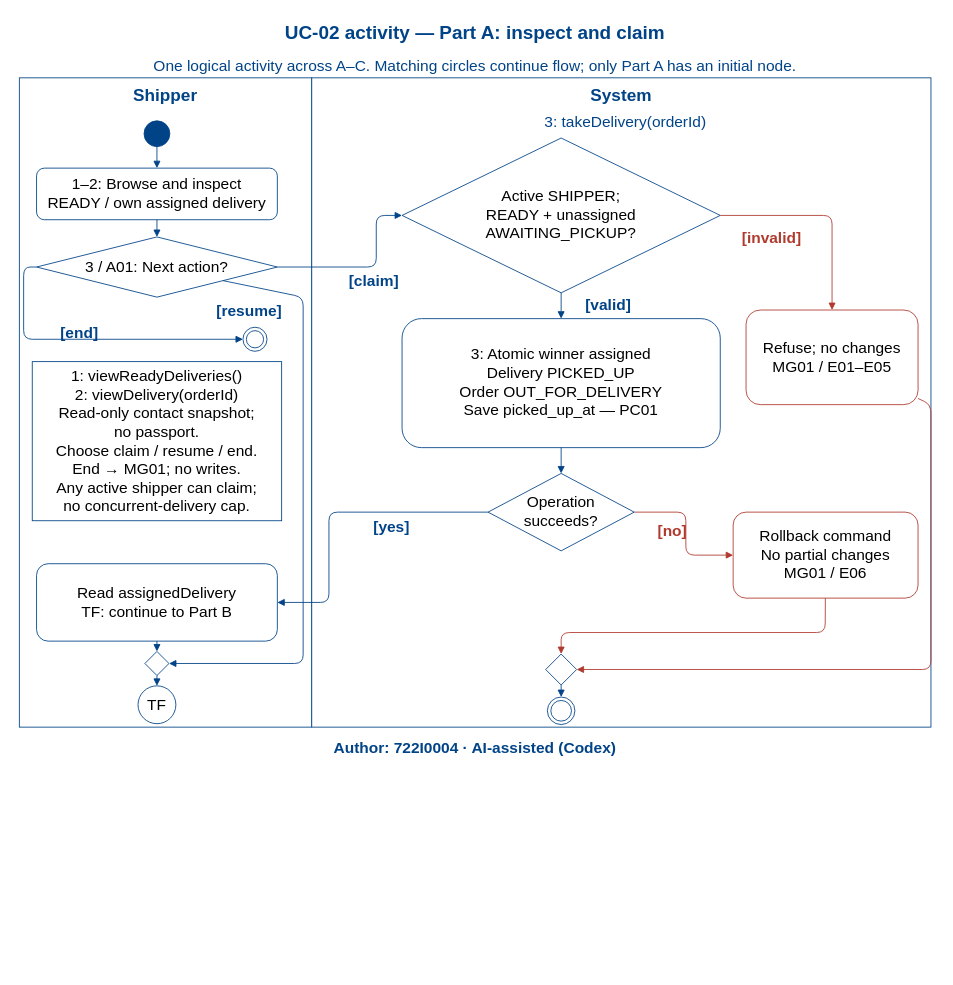
Dat071104/SaigonBite keeps this draw.io diagram as models/UC-02/activity_uc02_PartA.drawio. Above is the earlier version. Source tidied: cells renumbered, new cells numbered last; positions are measured from the earlier drawing's top-left corner, leaving out a move shared by most shapes. Both pictures are drawn from the tidied source at 86%, with x=0, y=0 at pixel (15, 15).
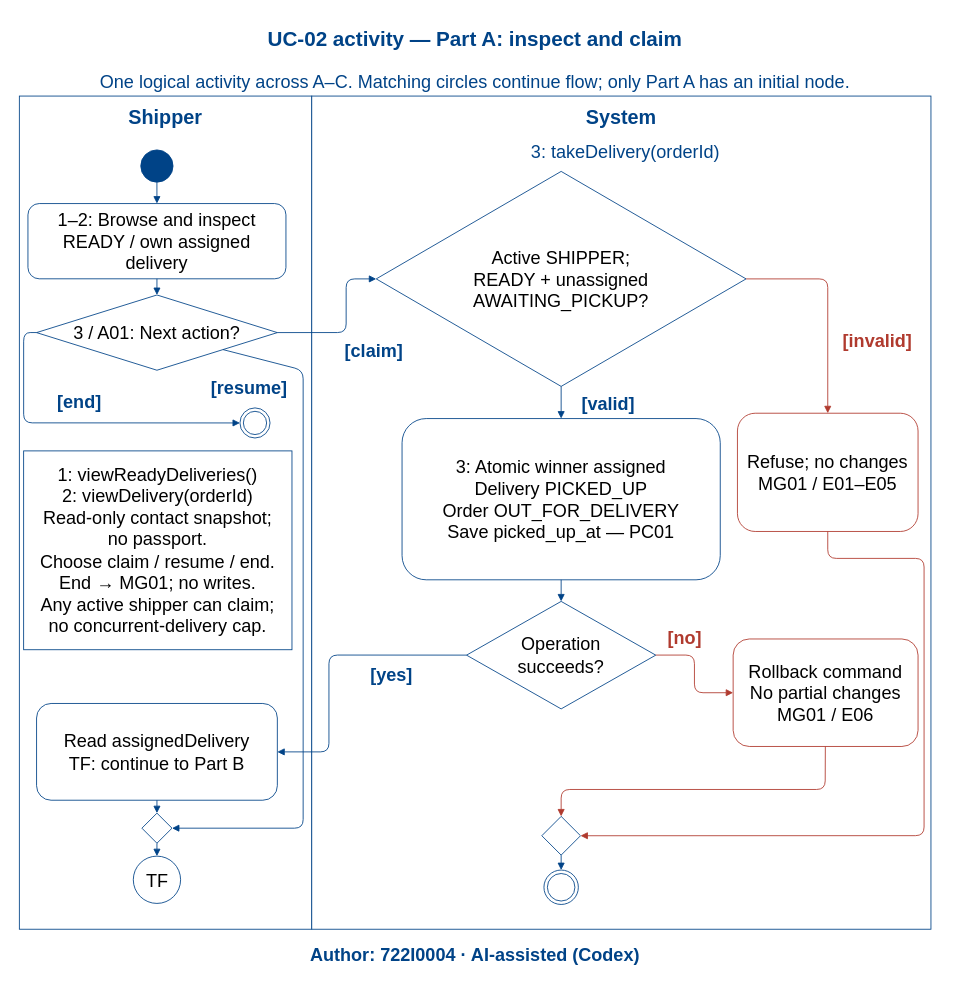
The same page after the edit.

Diff of the diagram source:
```diff
@@
-    <mxCell id="2" value="UC-02 activity — Part A: inspect and claim" style="text;html=0;whiteSpace=wrap;fontSize=22;fontColor=#004387;fontStyle=1;align=center;verticalAlign=middle;strokeColor=none;fillColor=none;" parent="1" vertex="1">
-      <mxGeometry x="5" width="1060" height="42" as="geometry" />
+    <mxCell id="2" value="UC-02 activity — Part A: inspect and claim" style="text;html=0;whiteSpace=wrap;fontSize=24;fontColor=#004387;fontStyle=1;align=center;verticalAlign=middle;strokeColor=none;fillColor=none;" parent="1" vertex="1">
+      <mxGeometry x="5" y="3" width="1060" height="52.5" as="geometry" />
     </mxCell>
-    <mxCell id="3" value="Author: 722I0004 · AI-assisted (Codex)" style="text;html=0;whiteSpace=wrap;fontSize=18;fontColor=#004387;fontStyle=1;align=center;verticalAlign=middle;strokeColor=none;fillColor=none;" parent="1" vertex="1">
-      <mxGeometry x="5" y="838" width="1060" height="28" as="geometry" />
+    <mxCell id="3" value="Author: 722I0004 · AI-assisted (Codex)" style="text;html=0;whiteSpace=wrap;fontSize=21;fontColor=#004387;fontStyle=1;align=center;verticalAlign=middle;strokeColor=none;fillColor=none;" parent="1" vertex="1">
+      <mxGeometry x="5" y="1075.5" width="1060" height="35" as="geometry" />
     </mxCell>
-    <mxCell id="4" style="rounded=0;html=0;whiteSpace=wrap;strokeColor=#004387;fillColor=white;fontSize=18;align=center;verticalAlign=middle;" parent="1" vertex="1">
-      <mxGeometry x="5" y="73" width="340" height="755" as="geometry" />
+    <mxCell id="4" style="rounded=0;html=0;whiteSpace=wrap;strokeColor=#004387;fillColor=white;fontSize=21;align=center;verticalAlign=middle;" parent="1" vertex="1">
+      <mxGeometry x="5" y="94.2" width="340" height="968.8" as="geometry" />
     </mxCell>
-    <mxCell id="5" style="rounded=0;html=0;whiteSpace=wrap;strokeColor=#004387;fillColor=white;fontSize=18;align=center;verticalAlign=middle;" parent="1" vertex="1">
-      <mxGeometry x="345" y="73" width="720" height="755" as="geometry" />
+    <mxCell id="5" style="rounded=0;html=0;whiteSpace=wrap;strokeColor=#004387;fillColor=white;fontSize=21;align=center;verticalAlign=middle;" parent="1" vertex="1">
+      <mxGeometry x="345" y="94.2" width="720" height="968.8" as="geometry" />
     </mxCell>
-    <mxCell id="6" value="Shipper" style="text;html=0;whiteSpace=wrap;fontSize=20;fontColor=#004387;fontStyle=1;align=center;verticalAlign=middle;strokeColor=none;fillColor=none;" parent="1" vertex="1">
-      <mxGeometry x="10" y="78" width="330" height="30" as="geometry" />
+    <mxCell id="6" value="Shipper" style="text;html=0;whiteSpace=wrap;fontSize=23;fontColor=#004387;fontStyle=1;align=center;verticalAlign=middle;strokeColor=none;fillColor=none;" parent="1" vertex="1">
+      <mxGeometry x="10" y="100.5" width="330" height="37.5" as="geometry" />
     </mxCell>
-    <mxCell id="7" value="System" style="text;html=0;whiteSpace=wrap;fontSize=20;fontColor=#004387;fontStyle=1;align=center;verticalAlign=middle;strokeColor=none;fillColor=none;" parent="1" vertex="1">
-      <mxGeometry x="350" y="78" width="710" height="30" as="geometry" />
+    <mxCell id="7" value="System" style="text;html=0;whiteSpace=wrap;fontSize=23;fontColor=#004387;fontStyle=1;align=center;verticalAlign=middle;strokeColor=none;fillColor=none;" parent="1" vertex="1">
+      <mxGeometry x="350" y="100.5" width="710" height="37.5" as="geometry" />
     </mxCell>
-    <mxCell id="8" style="ellipse;html=0;whiteSpace=wrap;strokeColor=#004387;fillColor=#004387;fontSize=18;align=center;verticalAlign=middle;" parent="1" vertex="1">
-      <mxGeometry x="150" y="123" width="30" height="30" as="geometry" />
+    <mxCell id="8" style="ellipse;html=0;whiteSpace=wrap;strokeColor=#004387;fillColor=#004387;fontSize=21;align=center;verticalAlign=middle;" parent="1" vertex="1">
+      <mxGeometry x="146.2" y="156.8" width="37.5" height="37.5" as="geometry" />
     </mxCell>
-    <mxCell id="9" value="1–2: Browse and inspect&#10;READY / own assigned delivery" style="rounded=1;html=0;whiteSpace=wrap;strokeColor=#004387;fillColor=white;fontSize=18;align=center;verticalAlign=middle;" parent="1" vertex="1">
-      <mxGeometry x="25" y="178" width="280" height="60" as="geometry" />
+    <mxCell id="9" value="1–2: Browse and inspect&#10;READY / own assigned&#10;delivery" style="rounded=1;html=0;whiteSpace=wrap;strokeColor=#004387;fillColor=white;fontSize=21;align=center;verticalAlign=middle;" parent="1" vertex="1">
+      <mxGeometry x="15" y="219.2" width="300" height="87.5" as="geometry" />
     </mxCell>
-    <mxCell id="10" value="3 / A01: Next action?" style="rhombus;html=0;whiteSpace=wrap;strokeColor=#004387;fillColor=white;fontSize=18;align=center;verticalAlign=middle;" parent="1" vertex="1">
-      <mxGeometry x="25" y="258" width="280" height="70" as="geometry" />
+    <mxCell id="10" value="3 / A01: Next action?" style="rhombus;html=0;whiteSpace=wrap;strokeColor=#004387;fillColor=white;fontSize=21;align=center;verticalAlign=middle;" parent="1" vertex="1">
+      <mxGeometry x="25" y="325.5" width="280" height="87.5" as="geometry" />
     </mxCell>
-    <mxCell id="11" value="Active SHIPPER;&#10;READY + unassigned&#10;AWAITING_PICKUP?" style="rhombus;html=0;whiteSpace=wrap;strokeColor=#004387;fillColor=white;fontSize=18;align=center;verticalAlign=middle;" parent="1" vertex="1">
-      <mxGeometry x="450" y="143" width="370" height="180" as="geometry" />
+    <mxCell id="11" value="Active SHIPPER;&#10;READY + unassigned&#10;AWAITING_PICKUP?" style="rhombus;html=0;whiteSpace=wrap;strokeColor=#004387;fillColor=white;fontSize=21;align=center;verticalAlign=middle;" parent="1" vertex="1">
+      <mxGeometry x="420" y="181.8" width="430" height="250" as="geometry" />
     </mxCell>
-    <mxCell id="12" value="3: Atomic winner assigned&#10;Delivery PICKED_UP&#10;Order OUT_FOR_DELIVERY&#10;Save picked_up_at — PC01" style="rounded=1;html=0;whiteSpace=wrap;strokeColor=#004387;fillColor=white;fontSize=18;align=center;verticalAlign=middle;" parent="1" vertex="1">
-      <mxGeometry x="450" y="353" width="370" height="150" as="geometry" />
+    <mxCell id="12" value="3: Atomic winner assigned&#10;Delivery PICKED_UP&#10;Order OUT_FOR_DELIVERY&#10;Save picked_up_at — PC01" style="rounded=1;html=0;whiteSpace=wrap;strokeColor=#004387;fillColor=white;fontSize=21;align=center;verticalAlign=middle;" parent="1" vertex="1">
+      <mxGeometry x="450" y="469.2" width="370" height="187.5" as="geometry" />
     </mxCell>
-    <mxCell id="13" value="3: takeDelivery(orderId)" style="text;html=0;whiteSpace=wrap;fontSize=18;fontColor=#004387;fontStyle=0;align=center;verticalAlign=middle;strokeColor=none;fillColor=none;" parent="1" vertex="1">
-      <mxGeometry x="385" y="112" width="650" height="26" as="geometry" />
+    <mxCell id="13" value="3: takeDelivery(orderId)" style="text;html=0;whiteSpace=wrap;fontSize=21;fontColor=#004387;fontStyle=0;align=center;verticalAlign=middle;strokeColor=none;fillColor=none;" parent="1" vertex="1">
+      <mxGeometry x="385" y="143" width="650" height="32.5" as="geometry" />
     </mxCell>
-    <mxCell id="14" value="Operation&#10;succeeds?" style="rhombus;html=0;whiteSpace=wrap;strokeColor=#004387;fillColor=white;fontSize=18;align=center;verticalAlign=middle;" parent="1" vertex="1">
-      <mxGeometry x="550" y="533" width="170" height="90" as="geometry" />
+    <mxCell id="14" value="Operation&#10;succeeds?" style="rhombus;html=0;whiteSpace=wrap;strokeColor=#004387;fillColor=white;fontSize=21;align=center;verticalAlign=middle;" parent="1" vertex="1">
+      <mxGeometry x="525" y="681.8" width="220" height="125" as="geometry" />
     </mxCell>
-    <mxCell id="15" value="Refuse; no changes&#10;MG01 / E01–E05" style="rounded=1;html=0;whiteSpace=wrap;strokeColor=#B03A2E;fillColor=white;fontSize=18;align=center;verticalAlign=middle;" parent="1" vertex="1">
-      <mxGeometry x="850" y="343" width="200" height="110" as="geometry" />
+    <mxCell id="15" value="Refuse; no changes&#10;MG01 / E01–E05" style="rounded=1;html=0;whiteSpace=wrap;strokeColor=#B03A2E;fillColor=white;fontSize=21;align=center;verticalAlign=middle;" parent="1" vertex="1">
+      <mxGeometry x="840" y="463" width="210" height="137.5" as="geometry" />
     </mxCell>
-    <mxCell id="16" value="Rollback command&#10;No partial changes&#10;MG01 / E06" style="rounded=1;html=0;whiteSpace=wrap;strokeColor=#B03A2E;fillColor=white;fontSize=18;align=center;verticalAlign=middle;" parent="1" vertex="1">
-      <mxGeometry x="835" y="578" width="215" height="100" as="geometry" />
+    <mxCell id="16" value="Rollback command&#10;No partial changes&#10;MG01 / E06" style="rounded=1;html=0;whiteSpace=wrap;strokeColor=#B03A2E;fillColor=white;fontSize=21;align=center;verticalAlign=middle;" parent="1" vertex="1">
+      <mxGeometry x="835" y="725.5" width="215" height="125" as="geometry" />
     </mxCell>
-    <mxCell id="17" value="Read assignedDelivery&#10;TF: continue to Part B" style="rounded=1;html=0;whiteSpace=wrap;strokeColor=#004387;fillColor=white;fontSize=18;align=center;verticalAlign=middle;" parent="1" vertex="1">
-      <mxGeometry x="25" y="638" width="280" height="90" as="geometry" />
+    <mxCell id="17" value="Read assignedDelivery&#10;TF: continue to Part B" style="rounded=1;html=0;whiteSpace=wrap;strokeColor=#004387;fillColor=white;fontSize=21;align=center;verticalAlign=middle;" parent="1" vertex="1">
+      <mxGeometry x="25" y="800.5" width="280" height="112.5" as="geometry" />
     </mxCell>
-    <mxCell id="18" style="rhombus;html=0;whiteSpace=wrap;strokeColor=#004387;fillColor=white;fontSize=18;align=center;verticalAlign=middle;" parent="1" vertex="1">
-      <mxGeometry x="617" y="743" width="36" height="36" as="geometry" />
+    <mxCell id="18" style="rhombus;html=0;whiteSpace=wrap;strokeColor=#004387;fillColor=white;fontSize=21;align=center;verticalAlign=middle;" parent="1" vertex="1">
+      <mxGeometry x="612.5" y="931.8" width="45" height="45" as="geometry" />
     </mxCell>
-    <mxCell id="19" style="shape=endState;html=0;whiteSpace=wrap;strokeColor=#004387;fillColor=white;fontSize=18;align=center;verticalAlign=middle;" parent="1" vertex="1">
-      <mxGeometry x="619" y="793" width="32" height="32" as="geometry" />
+    <mxCell id="19" style="shape=endState;html=0;whiteSpace=wrap;strokeColor=#004387;fillColor=white;fontSize=21;align=center;verticalAlign=middle;" parent="1" vertex="1">
+      <mxGeometry x="615" y="994.2" width="40" height="40" as="geometry" />
     </mxCell>
-    <mxCell id="20" value="1: viewReadyDeliveries()&#10;2: viewDelivery(orderId)&#10;Read-only contact snapshot;&#10;no passport.&#10;Choose claim / resume / end.&#10;End → MG01; no writes.&#10;Any active shipper can claim;&#10;no concurrent-delivery cap." style="rounded=0;html=0;whiteSpace=wrap;strokeColor=#004387;fillColor=white;fontSize=18;align=center;verticalAlign=middle;" parent="1" vertex="1">
-      <mxGeometry x="20" y="403" width="290" height="185" as="geometry" />
+    <mxCell id="20" value="1: viewReadyDeliveries()&#10;2: viewDelivery(orderId)&#10;Read-only contact snapshot;&#10;no passport.&#10;Choose claim / resume / end.&#10;End → MG01; no writes.&#10;Any active shipper can claim;&#10;no concurrent-delivery cap." style="rounded=0;html=0;whiteSpace=wrap;strokeColor=#004387;fillColor=white;fontSize=21;align=center;verticalAlign=middle;" parent="1" vertex="1">
+      <mxGeometry x="10" y="506.8" width="312" height="231.2" as="geometry" />
     </mxCell>
@@
     <mxCell id="23" style="edgeStyle=none;html=0;endArrow=block;strokeColor=#004387;" parent="1" edge="1" source="10" target="11">
       <mxGeometry relative="1" as="geometry">
         <Array as="points">
-          <mxPoint x="420" y="293" />
-          <mxPoint x="420" y="233" />
+          <mxPoint x="385" y="369.2" />
+          <mxPoint x="385" y="306.8" />
         </Array>
       </mxGeometry>
     </mxCell>
-    <mxCell id="24" value="[claim]" style="text;html=0;whiteSpace=wrap;fontSize=18;fontColor=#004387;fontStyle=1;align=center;verticalAlign=middle;strokeColor=none;fillColor=none;" parent="1" vertex="1">
-      <mxGeometry x="355" y="297" width="125" height="26" as="geometry" />
+    <mxCell id="24" value="[claim]" style="text;html=0;whiteSpace=wrap;fontSize=21;fontColor=#004387;fontStyle=1;align=center;verticalAlign=middle;strokeColor=none;fillColor=none;" parent="1" vertex="1">
+      <mxGeometry x="355" y="374.2" width="125" height="32.5" as="geometry" />
     </mxCell>
-    <mxCell id="25" value="TF" style="ellipse;html=0;whiteSpace=wrap;strokeColor=#004387;fillColor=white;fontSize=18;align=center;verticalAlign=middle;" parent="1" vertex="1">
-      <mxGeometry x="143" y="780" width="44" height="44" as="geometry" />
+    <mxCell id="25" value="TF" style="ellipse;html=0;whiteSpace=wrap;strokeColor=#004387;fillColor=white;fontSize=21;align=center;verticalAlign=middle;" parent="1" vertex="1">
+      <mxGeometry x="137.5" y="978" width="55" height="55" as="geometry" />
     </mxCell>
-    <mxCell id="26" style="rhombus;html=0;whiteSpace=wrap;strokeColor=#004387;fillColor=white;fontSize=18;align=center;verticalAlign=middle;" parent="1" vertex="1">
-      <mxGeometry x="151" y="740" width="28" height="28" as="geometry" />
+    <mxCell id="26" style="rhombus;html=0;whiteSpace=wrap;strokeColor=#004387;fillColor=white;fontSize=21;align=center;verticalAlign=middle;" parent="1" vertex="1">
+      <mxGeometry x="147.5" y="928" width="35" height="35" as="geometry" />
     </mxCell>
     <mxCell id="27" style="edgeStyle=none;html=0;endArrow=block;strokeColor=#004387;" parent="1" edge="1" source="10" target="26">
       <mxGeometry relative="1" as="geometry">
         <Array as="points">
-          <mxPoint x="335" y="328" />
-          <mxPoint x="335" y="754" />
+          <mxPoint x="335" y="413" />
+          <mxPoint x="335" y="945.5" />
         </Array>
       </mxGeometry>
     </mxCell>
-    <mxCell id="28" value="[resume]" style="text;html=0;whiteSpace=wrap;fontSize=18;fontColor=#004387;fontStyle=1;align=center;verticalAlign=middle;strokeColor=none;fillColor=none;" parent="1" vertex="1">
-      <mxGeometry x="220" y="331" width="105" height="26" as="geometry" />
+    <mxCell id="28" value="[resume]" style="text;html=0;whiteSpace=wrap;fontSize=21;fontColor=#004387;fontStyle=1;align=center;verticalAlign=middle;strokeColor=none;fillColor=none;" parent="1" vertex="1">
+      <mxGeometry x="220" y="416.8" width="105" height="32.5" as="geometry" />
     </mxCell>
-    <mxCell id="29" style="shape=endState;html=0;whiteSpace=wrap;strokeColor=#004387;fillColor=white;fontSize=18;align=center;verticalAlign=middle;" parent="1" vertex="1">
-      <mxGeometry x="265" y="363" width="28" height="28" as="geometry" />
+    <mxCell id="29" style="shape=endState;html=0;whiteSpace=wrap;strokeColor=#004387;fillColor=white;fontSize=21;align=center;verticalAlign=middle;" parent="1" vertex="1">
+      <mxGeometry x="261.5" y="456.8" width="35" height="35" as="geometry" />
     </mxCell>
     <mxCell id="30" style="edgeStyle=none;html=0;endArrow=block;strokeColor=#004387;" parent="1" edge="1" source="10" target="29">
       <mxGeometry relative="1" as="geometry">
         <Array as="points">
-          <mxPoint x="10" y="293" />
-          <mxPoint x="10" y="377" />
+          <mxPoint x="10" y="369.2" />
+          <mxPoint x="10" y="474.2" />
         </Array>
       </mxGeometry>
     </mxCell>
-    <mxCell id="31" value="[end]" style="text;html=0;whiteSpace=wrap;fontSize=18;fontColor=#004387;fontStyle=1;align=center;verticalAlign=middle;strokeColor=none;fillColor=none;" parent="1" vertex="1">
-      <mxGeometry x="30" y="357" width="90" height="26" as="geometry" />
+    <mxCell id="31" value="[end]" style="text;html=0;whiteSpace=wrap;fontSize=21;fontColor=#004387;fontStyle=1;align=center;verticalAlign=middle;strokeColor=none;fillColor=none;" parent="1" vertex="1">
+      <mxGeometry x="30" y="433" width="90" height="32.5" as="geometry" />
     </mxCell>
@@
-    <mxCell id="33" value="[valid]" style="text;html=0;whiteSpace=wrap;fontSize=18;fontColor=#004387;fontStyle=1;align=center;verticalAlign=middle;strokeColor=none;fillColor=none;" parent="1" vertex="1">
-      <mxGeometry x="640" y="325" width="100" height="26" as="geometry" />
+    <mxCell id="33" value="[valid]" style="text;html=0;whiteSpace=wrap;fontSize=21;fontColor=#004387;fontStyle=1;align=center;verticalAlign=middle;strokeColor=none;fillColor=none;" parent="1" vertex="1">
+      <mxGeometry x="640" y="435.5" width="100" height="32.5" as="geometry" />
     </mxCell>
     <mxCell id="34" style="edgeStyle=none;html=0;endArrow=block;strokeColor=#B03A2E;" parent="1" edge="1" source="11" target="15">
       <mxGeometry relative="1" as="geometry">
         <Array as="points">
-          <mxPoint x="950" y="233" />
+          <mxPoint x="945" y="306.8" />
         </Array>
       </mxGeometry>
     </mxCell>
-    <mxCell id="35" value="[invalid]" style="text;html=0;whiteSpace=wrap;fontSize=18;fontColor=#B03A2E;fontStyle=1;align=center;verticalAlign=middle;strokeColor=none;fillColor=none;" parent="1" vertex="1">
-      <mxGeometry x="820" y="246" width="120" height="26" as="geometry" />
+    <mxCell id="35" value="[invalid]" style="text;html=0;whiteSpace=wrap;fontSize=21;fontColor=#B03A2E;fontStyle=1;align=center;verticalAlign=middle;strokeColor=none;fillColor=none;" parent="1" vertex="1">
+      <mxGeometry x="953" y="363" width="100" height="32.5" as="geometry" />
     </mxCell>
@@
     <mxCell id="37" style="edgeStyle=none;html=0;endArrow=block;strokeColor=#004387;" parent="1" edge="1" source="14" target="17">
       <mxGeometry relative="1" as="geometry">
         <Array as="points">
-          <mxPoint x="365" y="578" />
-          <mxPoint x="365" y="683" />
+          <mxPoint x="365" y="744.2" />
+          <mxPoint x="365" y="856.8" />
         </Array>
       </mxGeometry>
     </mxCell>
-    <mxCell id="38" value="[yes]" style="text;html=0;whiteSpace=wrap;fontSize=18;fontColor=#004387;fontStyle=1;align=center;verticalAlign=middle;strokeColor=none;fillColor=none;" parent="1" vertex="1">
-      <mxGeometry x="393" y="583" width="90" height="26" as="geometry" />
+    <mxCell id="38" value="[yes]" style="text;html=0;whiteSpace=wrap;fontSize=21;fontColor=#004387;fontStyle=1;align=center;verticalAlign=middle;strokeColor=none;fillColor=none;" parent="1" vertex="1">
+      <mxGeometry x="393" y="750.5" width="90" height="32.5" as="geometry" />
     </mxCell>
     <mxCell id="39" style="edgeStyle=none;html=0;endArrow=block;strokeColor=#B03A2E;" parent="1" edge="1" source="14" target="16">
       <mxGeometry relative="1" as="geometry">
         <Array as="points">
-          <mxPoint x="780" y="578" />
-          <mxPoint x="780" y="628" />
+          <mxPoint x="790" y="744.2" />
+          <mxPoint x="790" y="788" />
         </Array>
       </mxGeometry>
     </mxCell>
-    <mxCell id="40" value="[no]" style="text;html=0;whiteSpace=wrap;fontSize=18;fontColor=#B03A2E;fontStyle=1;align=center;verticalAlign=middle;strokeColor=none;fillColor=none;" parent="1" vertex="1">
-      <mxGeometry x="732" y="587" width="65" height="26" as="geometry" />
+    <mxCell id="40" value="[no]" style="text;html=0;whiteSpace=wrap;fontSize=21;fontColor=#B03A2E;fontStyle=1;align=center;verticalAlign=middle;strokeColor=none;fillColor=none;" parent="1" vertex="1">
+      <mxGeometry x="749" y="708" width="60" height="32.5" as="geometry" />
     </mxCell>
     <mxCell id="41" style="edgeStyle=none;html=0;endArrow=block;strokeColor=#B03A2E;" parent="1" edge="1" source="15" target="18">
       <mxGeometry relative="1" as="geometry">
         <Array as="points">
-          <mxPoint x="1065" y="453" />
-          <mxPoint x="1065" y="761" />
+          <mxPoint x="945" y="631.8" />
+          <mxPoint x="1057" y="631.8" />
+          <mxPoint x="1057" y="954.2" />
         </Array>
       </mxGeometry>
     </mxCell>
     <mxCell id="42" style="edgeStyle=none;html=0;endArrow=block;strokeColor=#B03A2E;" parent="1" edge="1" source="16" target="18">
       <mxGeometry relative="1" as="geometry">
         <Array as="points">
-          <mxPoint x="942" y="718" />
-          <mxPoint x="635" y="718" />
+          <mxPoint x="942" y="900.5" />
+          <mxPoint x="635" y="900.5" />
         </Array>
       </mxGeometry>
     </mxCell>
@@
-    <mxCell id="46" value="One logical activity across A–C. Matching circles continue flow; only Part A has an initial node." style="text;html=0;whiteSpace=wrap;fontSize=18;fontColor=#004387;fontStyle=0;align=center;verticalAlign=middle;strokeColor=none;fillColor=none;" parent="1" vertex="1">
-      <mxGeometry y="46" width="1070" height="26" as="geometry" />
+    <mxCell id="46" value="One logical activity across A–C. Matching circles continue flow; only Part A has an initial node." style="text;html=0;whiteSpace=wrap;fontSize=21;fontColor=#004387;fontStyle=0;align=center;verticalAlign=middle;strokeColor=none;fillColor=none;" parent="1" vertex="1">
+      <mxGeometry y="60.5" width="1070" height="32.5" as="geometry" />
     </mxCell>
```
